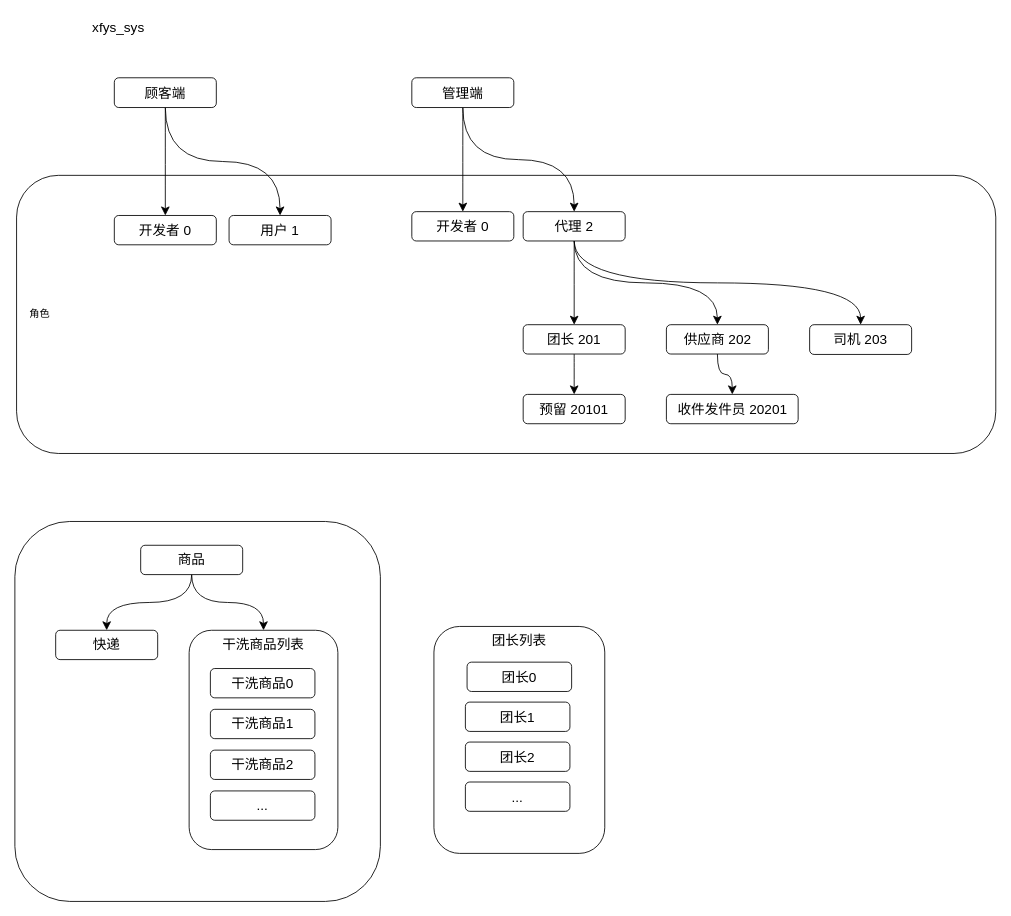
xyfll7/xyfll7 keeps this draw.io diagram as 小象心选.drawio. Above is the earlier version. Source tidied: cells renumbered, new cells numbered last; positions are measured from the earlier drawing's top-left corner, leaving out a move shared by most shapes. Both pictures are drawn from the tidied source at 85%, with x=0, y=0 at pixel (14, 14).
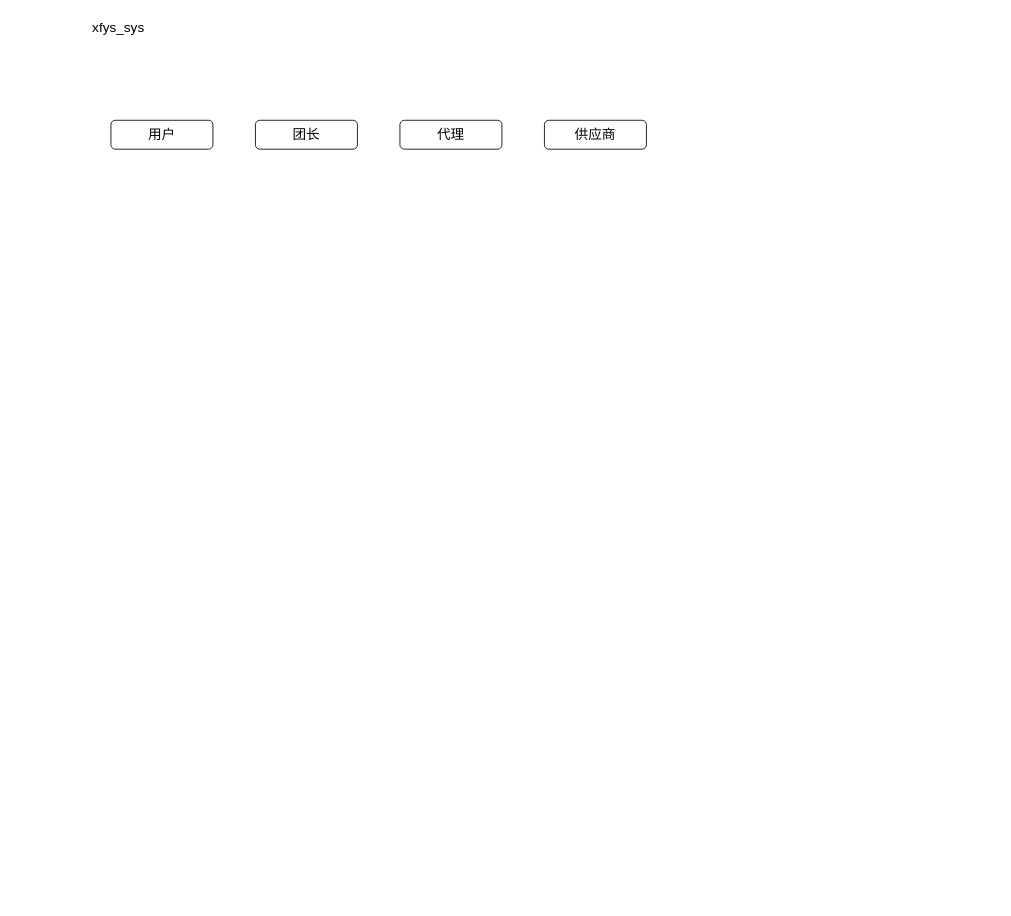
After the change.

Commit message:
更新小象心选.drawio

Diff of the diagram source:
```diff
@@
-    <mxCell id="2" style="rounded=1;whiteSpace=wrap;html=1;fontFamily=Helvetica;fontSize=12;fontColor=default;" parent="1" vertex="1">
-      <mxGeometry y="596" width="430" height="447" as="geometry" />
-    </mxCell>
-    <mxCell id="3" value="&amp;nbsp; &amp;nbsp; 角色" style="rounded=1;whiteSpace=wrap;html=1;fontFamily=Helvetica;fontSize=12;fontColor=default;verticalAlign=middle;align=left;" parent="1" vertex="1">
-      <mxGeometry x="2" y="188.8" width="1152" height="327.2" as="geometry" />
-    </mxCell>
@@
-    <mxCell id="5" style="edgeStyle=orthogonalEdgeStyle;curved=1;rounded=0;jettySize=auto;html=1;exitX=0.5;exitY=1;exitDx=0;exitDy=0;entryX=0.5;entryY=0;entryDx=0;entryDy=0;fontSize=12;startSize=8;endSize=8;" parent="1" edge="1" source="7" target="10">
-      <mxGeometry relative="1" as="geometry" />
-    </mxCell>
-    <mxCell id="6" style="edgeStyle=orthogonalEdgeStyle;shape=connector;curved=1;rounded=0;jettySize=auto;html=1;exitX=0.5;exitY=1;exitDx=0;exitDy=0;entryX=0.5;entryY=0;entryDx=0;entryDy=0;labelBackgroundColor=default;strokeColor=default;align=center;verticalAlign=middle;fontFamily=Helvetica;fontSize=12;fontColor=default;endArrow=classic;startSize=8;endSize=8;" parent="1" edge="1" source="7" target="19">
-      <mxGeometry relative="1" as="geometry" />
-    </mxCell>
-    <mxCell id="7" value="顾客端" style="rounded=1;whiteSpace=wrap;html=1;fontSize=16;" parent="1" vertex="1">
-      <mxGeometry x="117" y="74" width="120" height="35" as="geometry" />
-    </mxCell>
-    <mxCell id="8" style="edgeStyle=orthogonalEdgeStyle;shape=connector;curved=1;rounded=0;jettySize=auto;html=1;exitX=0.5;exitY=1;exitDx=0;exitDy=0;labelBackgroundColor=default;strokeColor=default;align=center;verticalAlign=middle;fontFamily=Helvetica;fontSize=12;fontColor=default;endArrow=classic;startSize=8;endSize=8;" parent="1" edge="1" source="9" target="24">
-      <mxGeometry relative="1" as="geometry" />
-    </mxCell>
-    <mxCell id="9" value="团长 201" style="whiteSpace=wrap;html=1;fontSize=16;rounded=1;" parent="1" vertex="1">
-      <mxGeometry x="598" y="364.5" width="120" height="34.5" as="geometry" />
-    </mxCell>
-    <mxCell id="10" value="用户 1" style="whiteSpace=wrap;html=1;fontSize=16;rounded=1;" parent="1" vertex="1">
-      <mxGeometry x="252" y="236" width="120" height="34.5" as="geometry" />
-    </mxCell>
-    <mxCell id="11" style="edgeStyle=orthogonalEdgeStyle;shape=connector;curved=1;rounded=0;jettySize=auto;html=1;exitX=0.5;exitY=1;exitDx=0;exitDy=0;entryX=0.5;entryY=0;entryDx=0;entryDy=0;labelBackgroundColor=default;strokeColor=default;align=center;verticalAlign=middle;fontFamily=Helvetica;fontSize=12;fontColor=default;endArrow=classic;startSize=8;endSize=8;" parent="1" edge="1" source="12" target="17">
-      <mxGeometry relative="1" as="geometry" />
-    </mxCell>
-    <mxCell id="12" value="供应商 202" style="whiteSpace=wrap;html=1;fontSize=16;rounded=1;" parent="1" vertex="1">
-      <mxGeometry x="766.5" y="364.5" width="120" height="34.5" as="geometry" />
-    </mxCell>
-    <mxCell id="13" value="司机 203" style="rounded=1;whiteSpace=wrap;html=1;fontSize=16;" parent="1" vertex="1">
-      <mxGeometry x="935" y="364.5" width="120" height="35" as="geometry" />
-    </mxCell>
-    <mxCell id="14" style="edgeStyle=orthogonalEdgeStyle;shape=connector;curved=1;rounded=0;jettySize=auto;html=1;exitX=0.5;exitY=1;exitDx=0;exitDy=0;entryX=0.5;entryY=0;entryDx=0;entryDy=0;labelBackgroundColor=default;strokeColor=default;align=center;verticalAlign=middle;fontFamily=Helvetica;fontSize=12;fontColor=default;endArrow=classic;startSize=8;endSize=8;" parent="1" edge="1" source="16" target="18">
-      <mxGeometry relative="1" as="geometry" />
-    </mxCell>
-    <mxCell id="15" style="edgeStyle=orthogonalEdgeStyle;shape=connector;curved=1;rounded=0;jettySize=auto;html=1;exitX=0.5;exitY=1;exitDx=0;exitDy=0;labelBackgroundColor=default;strokeColor=default;align=center;verticalAlign=middle;fontFamily=Helvetica;fontSize=12;fontColor=default;endArrow=classic;startSize=8;endSize=8;" parent="1" edge="1" source="16" target="23">
-      <mxGeometry relative="1" as="geometry" />
-    </mxCell>
-    <mxCell id="16" value="管理端" style="rounded=1;whiteSpace=wrap;html=1;fontSize=16;" parent="1" vertex="1">
-      <mxGeometry x="467" y="74" width="120" height="35" as="geometry" />
-    </mxCell>
-    <mxCell id="17" value="收件发件员 20201" style="whiteSpace=wrap;html=1;fontSize=16;rounded=1;" parent="1" vertex="1">
-      <mxGeometry x="766.5" y="446.5" width="155" height="34.5" as="geometry" />
-    </mxCell>
-    <mxCell id="18" value="开发者 0" style="whiteSpace=wrap;html=1;fontSize=16;rounded=1;" parent="1" vertex="1">
-      <mxGeometry x="467" y="231.5" width="120" height="34.5" as="geometry" />
-    </mxCell>
-    <mxCell id="19" value="开发者 0" style="whiteSpace=wrap;html=1;fontSize=16;rounded=1;" parent="1" vertex="1">
-      <mxGeometry x="117" y="236" width="120" height="34.5" as="geometry" />
-    </mxCell>
-    <mxCell id="20" style="edgeStyle=orthogonalEdgeStyle;shape=connector;curved=1;rounded=0;jettySize=auto;html=1;exitX=0.5;exitY=1;exitDx=0;exitDy=0;labelBackgroundColor=default;strokeColor=default;align=center;verticalAlign=middle;fontFamily=Helvetica;fontSize=12;fontColor=default;endArrow=classic;startSize=8;endSize=8;" parent="1" edge="1" source="23" target="13">
-      <mxGeometry relative="1" as="geometry" />
-    </mxCell>
-    <mxCell id="21" style="edgeStyle=orthogonalEdgeStyle;shape=connector;curved=1;rounded=0;jettySize=auto;html=1;exitX=0.5;exitY=1;exitDx=0;exitDy=0;entryX=0.5;entryY=0;entryDx=0;entryDy=0;labelBackgroundColor=default;strokeColor=default;align=center;verticalAlign=middle;fontFamily=Helvetica;fontSize=12;fontColor=default;endArrow=classic;startSize=8;endSize=8;" parent="1" edge="1" source="23" target="9">
-      <mxGeometry relative="1" as="geometry" />
-    </mxCell>
-    <mxCell id="22" style="edgeStyle=orthogonalEdgeStyle;shape=connector;curved=1;rounded=0;jettySize=auto;html=1;exitX=0.5;exitY=1;exitDx=0;exitDy=0;labelBackgroundColor=default;strokeColor=default;align=center;verticalAlign=middle;fontFamily=Helvetica;fontSize=12;fontColor=default;endArrow=classic;startSize=8;endSize=8;" parent="1" edge="1" source="23" target="12">
-      <mxGeometry relative="1" as="geometry" />
-    </mxCell>
-    <mxCell id="23" value="代理 2" style="whiteSpace=wrap;html=1;fontSize=16;rounded=1;" parent="1" vertex="1">
-      <mxGeometry x="598" y="231.5" width="120" height="34.5" as="geometry" />
-    </mxCell>
-    <mxCell id="24" value="预留 20101" style="whiteSpace=wrap;html=1;fontSize=16;rounded=1;" parent="1" vertex="1">
-      <mxGeometry x="598" y="446.5" width="120" height="34.5" as="geometry" />
-    </mxCell>
-    <mxCell id="25" style="edgeStyle=orthogonalEdgeStyle;shape=connector;curved=1;rounded=0;jettySize=auto;html=1;exitX=0.5;exitY=1;exitDx=0;exitDy=0;entryX=0.5;entryY=0;entryDx=0;entryDy=0;labelBackgroundColor=default;strokeColor=default;align=center;verticalAlign=middle;fontFamily=Helvetica;fontSize=12;fontColor=default;endArrow=classic;startSize=8;endSize=8;" parent="1" edge="1" source="27" target="29">
-      <mxGeometry relative="1" as="geometry" />
-    </mxCell>
-    <mxCell id="26" style="edgeStyle=orthogonalEdgeStyle;shape=connector;curved=1;rounded=0;jettySize=auto;html=1;exitX=0.5;exitY=1;exitDx=0;exitDy=0;labelBackgroundColor=default;strokeColor=default;align=center;verticalAlign=middle;fontFamily=Helvetica;fontSize=12;fontColor=default;endArrow=classic;startSize=8;endSize=8;" parent="1" edge="1" source="27" target="28">
-      <mxGeometry relative="1" as="geometry" />
-    </mxCell>
-    <mxCell id="27" value="商品" style="whiteSpace=wrap;html=1;fontSize=16;rounded=1;" parent="1" vertex="1">
-      <mxGeometry x="148" y="624" width="120" height="34.5" as="geometry" />
-    </mxCell>
-    <mxCell id="28" value="快递" style="whiteSpace=wrap;html=1;fontSize=16;rounded=1;" parent="1" vertex="1">
-      <mxGeometry x="48" y="724" width="120" height="34.5" as="geometry" />
-    </mxCell>
-    <mxCell id="29" value="干洗商品列表" style="whiteSpace=wrap;html=1;fontSize=16;rounded=1;verticalAlign=top;" parent="1" vertex="1">
-      <mxGeometry x="205" y="724" width="175" height="258" as="geometry" />
-    </mxCell>
-    <mxCell id="30" value="干洗商品0" style="whiteSpace=wrap;html=1;fontSize=16;rounded=1;" parent="1" vertex="1">
-      <mxGeometry x="230" y="769" width="123" height="34.5" as="geometry" />
-    </mxCell>
-    <mxCell id="31" value="干洗商品1" style="whiteSpace=wrap;html=1;fontSize=16;rounded=1;" parent="1" vertex="1">
-      <mxGeometry x="230" y="817" width="123" height="34.5" as="geometry" />
-    </mxCell>
-    <mxCell id="32" value="干洗商品2" style="whiteSpace=wrap;html=1;fontSize=16;rounded=1;" parent="1" vertex="1">
-      <mxGeometry x="230" y="865" width="123" height="34.5" as="geometry" />
-    </mxCell>
-    <mxCell id="33" value="..." style="whiteSpace=wrap;html=1;fontSize=16;rounded=1;" parent="1" vertex="1">
-      <mxGeometry x="230" y="913" width="123" height="34.5" as="geometry" />
-    </mxCell>
-    <mxCell id="34" value="团长列表" style="whiteSpace=wrap;html=1;fontSize=16;rounded=1;verticalAlign=top;" parent="1" vertex="1">
-      <mxGeometry x="493" y="719.5" width="201" height="267" as="geometry" />
-    </mxCell>
-    <mxCell id="35" value="团长0" style="whiteSpace=wrap;html=1;fontSize=16;rounded=1;" parent="1" vertex="1">
-      <mxGeometry x="532" y="761.5" width="123" height="34.5" as="geometry" />
-    </mxCell>
-    <mxCell id="36" value="团长1" style="whiteSpace=wrap;html=1;fontSize=16;rounded=1;" parent="1" vertex="1">
-      <mxGeometry x="530" y="808.5" width="123" height="34.5" as="geometry" />
-    </mxCell>
-    <mxCell id="37" value="团长2" style="whiteSpace=wrap;html=1;fontSize=16;rounded=1;" parent="1" vertex="1">
-      <mxGeometry x="530" y="855.5" width="123" height="34.5" as="geometry" />
-    </mxCell>
-    <mxCell id="38" value="..." style="whiteSpace=wrap;html=1;fontSize=16;rounded=1;" parent="1" vertex="1">
-      <mxGeometry x="530" y="902.5" width="123" height="34.5" as="geometry" />
-    </mxCell>
+    <mxCell id="39" value="用户" style="rounded=1;whiteSpace=wrap;html=1;fontSize=16;" parent="1" vertex="1">
+      <mxGeometry x="113" y="124" width="120" height="34" as="geometry" />
+    </mxCell>
+    <mxCell id="40" value="团长" style="rounded=1;whiteSpace=wrap;html=1;fontSize=16;" parent="1" vertex="1">
+      <mxGeometry x="283" y="124" width="120" height="34" as="geometry" />
+    </mxCell>
+    <mxCell id="41" value="代理" style="rounded=1;whiteSpace=wrap;html=1;fontSize=16;" parent="1" vertex="1">
+      <mxGeometry x="453" y="124" width="120" height="34" as="geometry" />
+    </mxCell>
+    <mxCell id="42" value="供应商" style="rounded=1;whiteSpace=wrap;html=1;fontSize=16;" parent="1" vertex="1">
+      <mxGeometry x="623" y="124" width="120" height="34" as="geometry" />
+    </mxCell>
```
